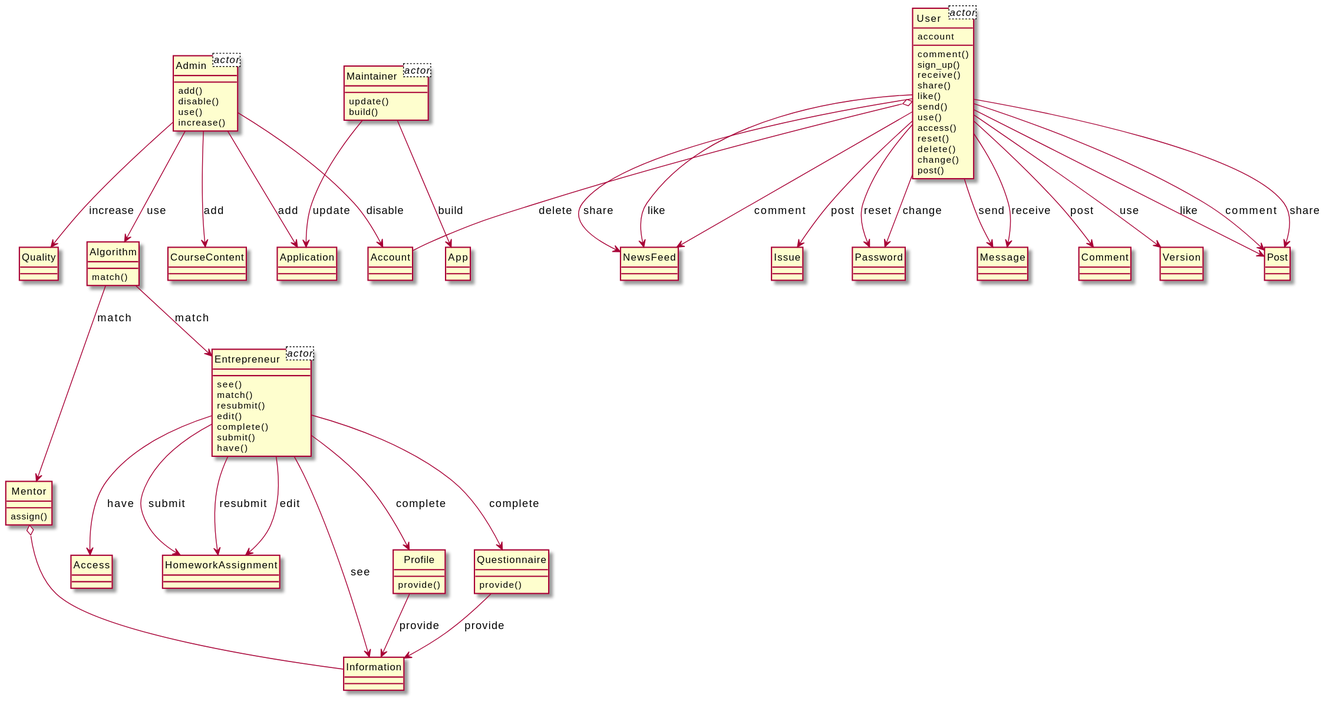
Before: output/diagram_5/2016-USC-Project08.svg, a diagram exported from PlantUML (xixixhalu/DomainModelExtractor).
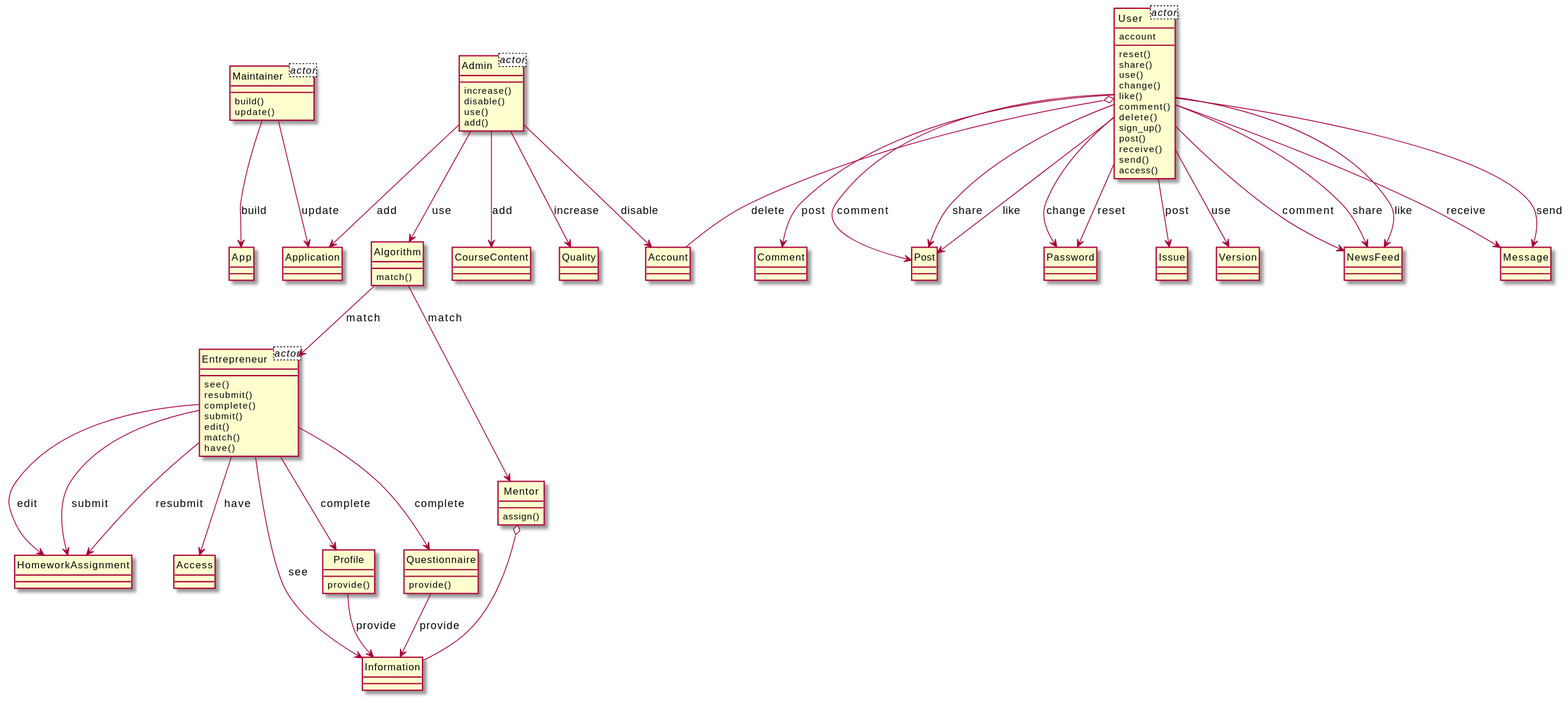
The same diagram one commit later.

What changed in the source:
```diff
@@ -9,112 +9,112 @@
 }
 class Entrepreneur<actor> {
 }
-class Maintainer {
-	update()
-	build()
+class User {
+	reset()
+	share()
+	use()
+	change()
+	like()
+	comment()
+	delete()
+	sign_up()
+	post()
+	receive()
+	send()
+	access()
 }
-class App {
+class NewsFeed {
+}
+class Message {
+}
+class Admin {
+	increase()
+	disable()
+	use()
+	add()
+}
+class Application {
 }
 class Entrepreneur {
 	see()
-	match()
 	resubmit()
-	edit()
 	complete()
 	submit()
+	edit()
+	match()
 	have()
 }
-class Information {
+class HomeworkAssignment {
 }
-class User {
-	comment()
-	sign_up()
-	receive()
-	share()
-	like()
-	send()
-	use()
-	access()
-	reset()
-	delete()
-	change()
-	post()
+class Comment {
 }
 class Post {
 }
 class Access {
 }
-class Algorithm {
-	match()
+class Password {
+}
+class Profile {
+	provide()
+}
+class Information {
 }
 class Mentor {
 	assign()
 }
-class Message {
+class Quality {
 }
-class NewsFeed {
+class Algorithm {
+	match()
+}
+class Maintainer {
+	build()
+	update()
+}
+class CourseContent {
 }
 class Issue {
 }
-class Admin {
-	add()
-	disable()
-	use()
-	increase()
-}
-class CourseContent {
-}
-class Application {
-}
-class Quality {
-}
-class Password {
-}
-class Comment {
-}
-class Profile {
-	provide()
+class Version {
 }
 class Account {
 }
-class HomeworkAssignment {
+class App {
 }
 class Questionnaire {
 	provide()
 }
-class Version {
-}
+Entrepreneur --> Questionnaire : complete
+User o-- Account : delete
+User --> Message : send
+Entrepreneur --> Profile : complete
+Algorithm --> Mentor : match
+Admin --> CourseContent : add
+User --> Post : like
+User --> Comment : post
+User --> Issue : post
+Entrepreneur --> Access : have
+User --> Version : use
+User --> Password : reset
+Admin --> Application : add
+Admin --> Account : disable
+User --> Message : receive
+User --> Post : comment
+Profile --> Information : provide
+Entrepreneur --> Information : see
+User --> Post : share
+User --> NewsFeed : share
+Entrepreneur --> HomeworkAssignment : edit
+User --> NewsFeed : like
+Admin --> Quality : increase
+Maintainer --> App : build
+Entrepreneur --> HomeworkAssignment : submit
 Questionnaire --> Information : provide
-Entrepreneur --> HomeworkAssignment : submit
-User --> NewsFeed : share
+User --> Password : change
+Algorithm --> Entrepreneur : match
+Entrepreneur --> HomeworkAssignment : resubmit
 Mentor o-- Information
-Entrepreneur --> Information : see
-Profile --> Information : provide
-Admin --> Application : add
-Algorithm --> Mentor : match
-User --> Message : send
-Algorithm --> Entrepreneur : match
-User --> Message : receive
-Admin --> Account : disable
-User --> NewsFeed : like
-User --> Password : change
-User o-- Account : delete
-User --> Issue : post
-User --> Post : like
+Admin --> Algorithm : use
+Maintainer --> Application : update
 User --> NewsFeed : comment
-User --> Post : comment
-Admin --> CourseContent : add
-Entrepreneur --> Access : have
-User --> Comment : post
-Entrepreneur --> Profile : complete
-Entrepreneur --> HomeworkAssignment : resubmit
-Maintainer --> Application : update
-Entrepreneur --> Questionnaire : complete
-Admin --> Quality : increase
-User --> Version : use
-Entrepreneur --> HomeworkAssignment : edit
-User --> Password : reset
-Admin --> Algorithm : use
-User --> Post : share
-Maintainer --> App : build
 @enduml
```
